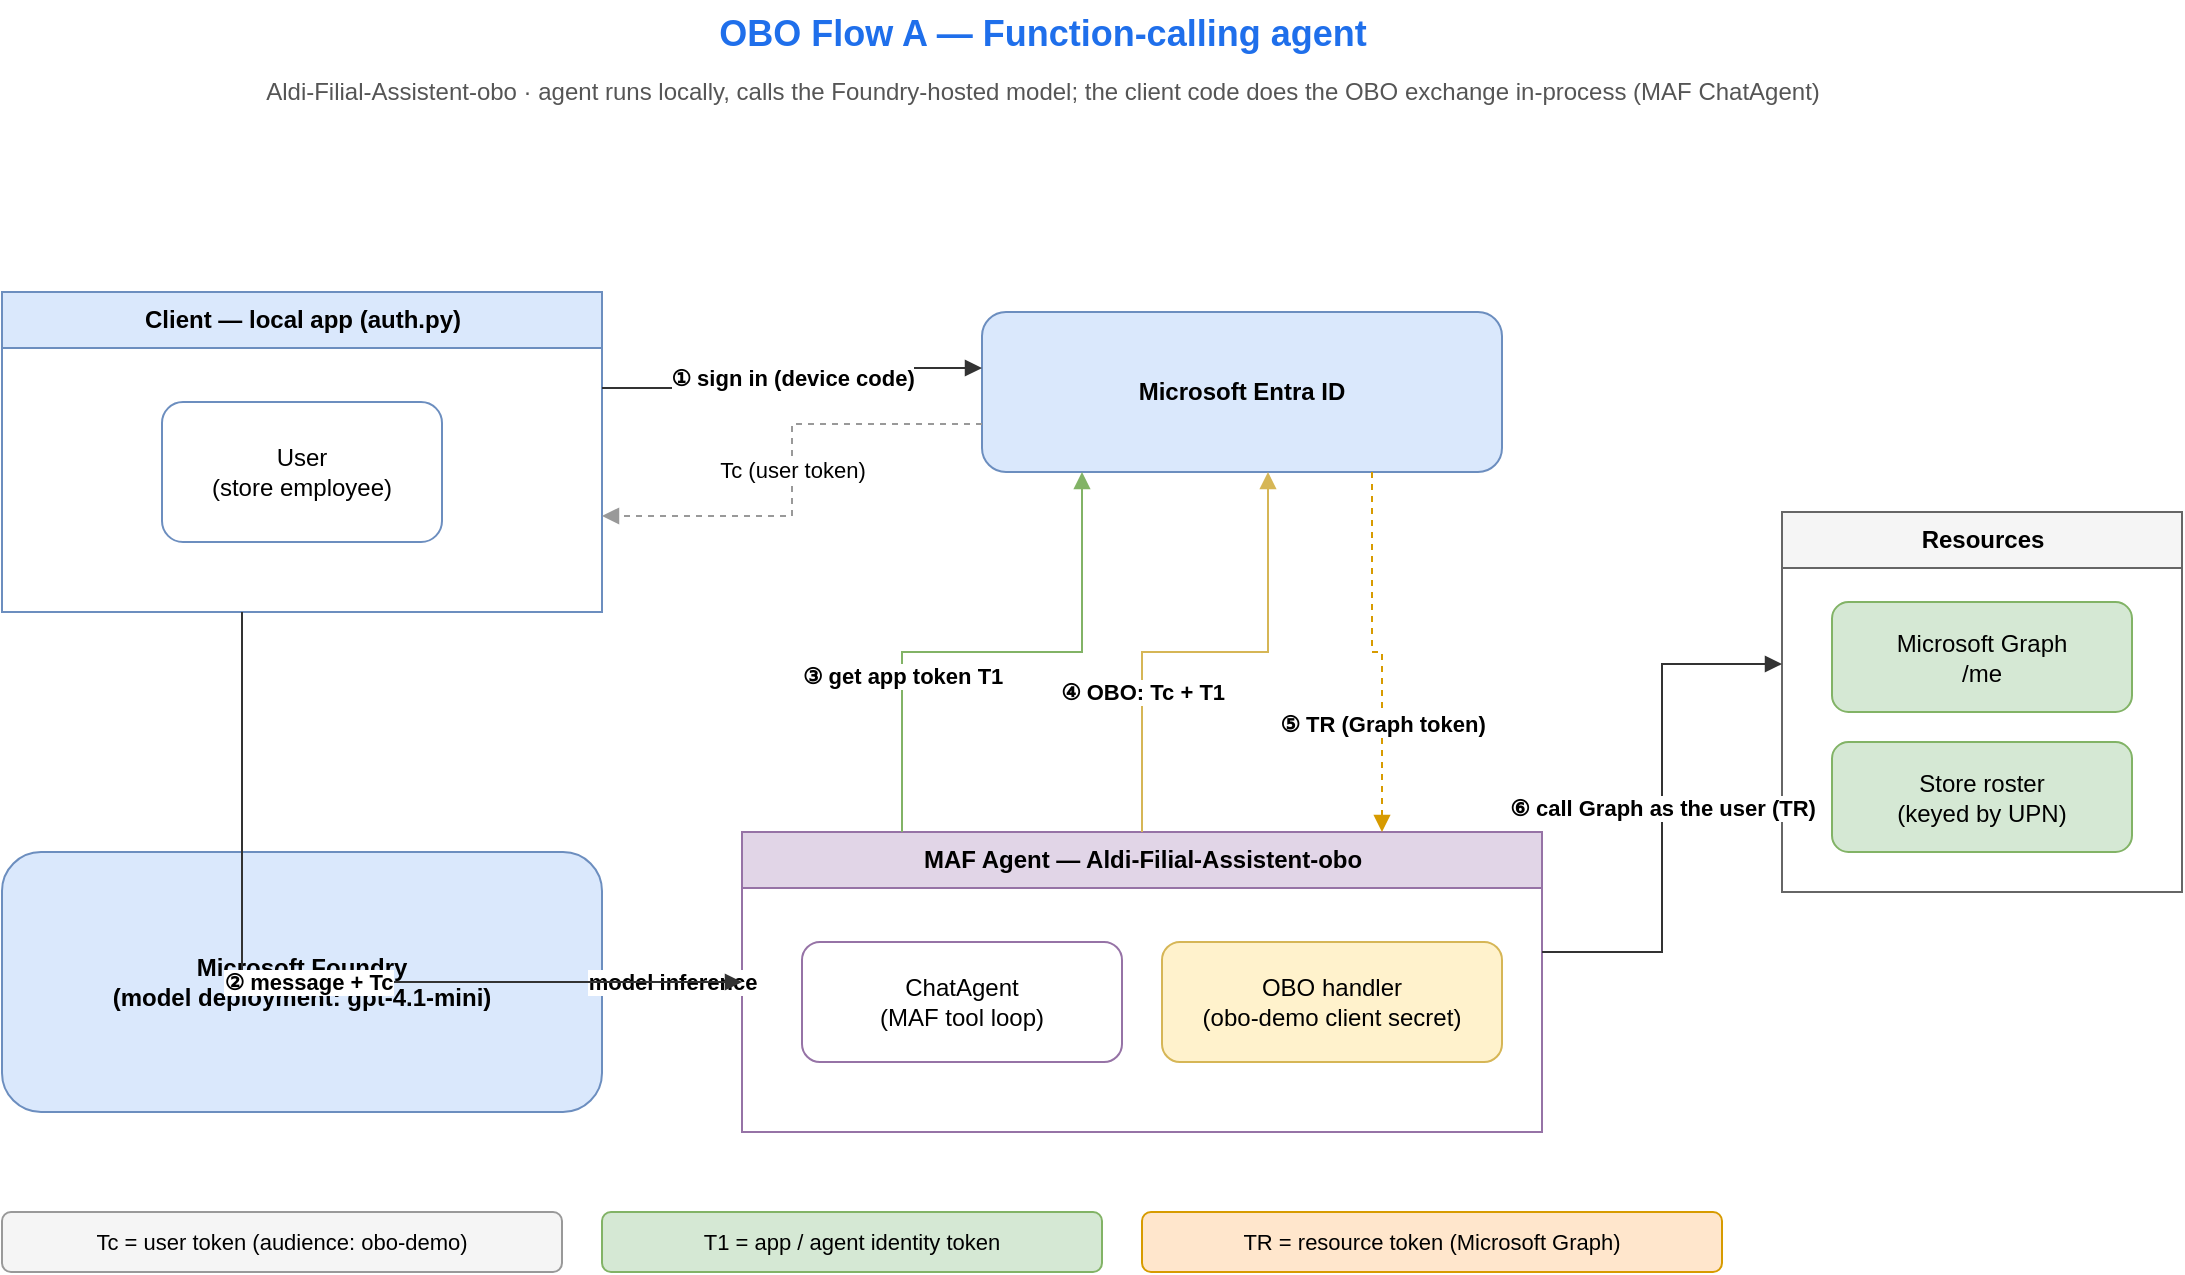
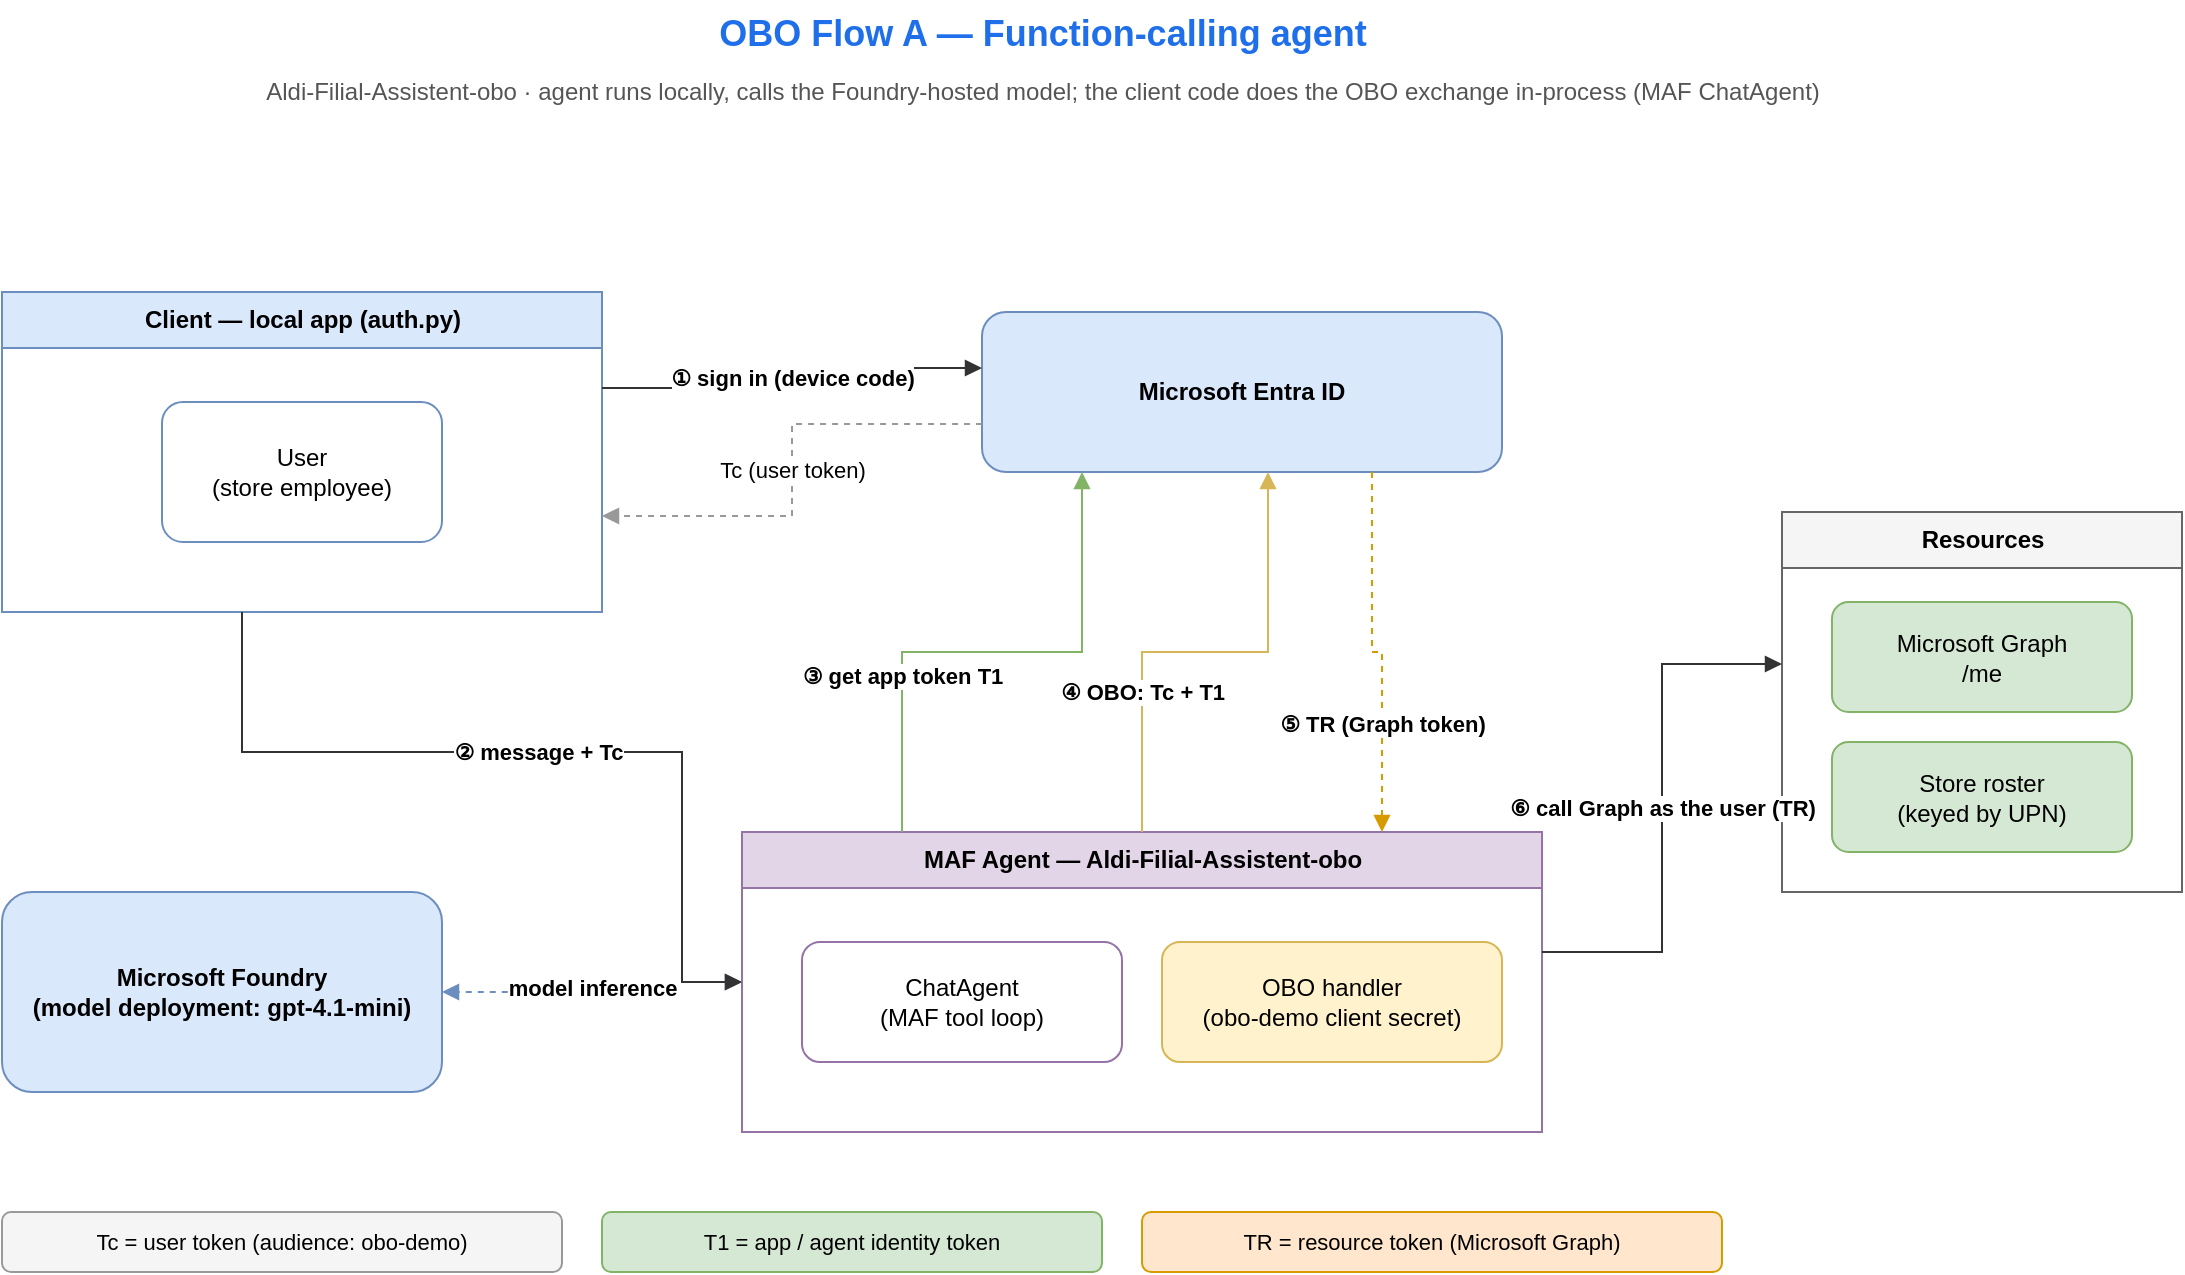
<mxfile host="65bd71144e">
    <diagram id="flow-a" name="A - Function-calling OBO">
-         <mxGraphModel dx="1743" dy="840" grid="1" gridSize="10" guides="1" tooltips="1" connect="1" arrows="1" fold="1" page="1" pageScale="1" pageWidth="1169" pageHeight="800" math="0" shadow="0">
+         <mxGraphModel dx="904" dy="436" grid="1" gridSize="10" guides="1" tooltips="1" connect="1" arrows="1" fold="1" page="1" pageScale="1" pageWidth="1169" pageHeight="800" math="0" shadow="0">
            <root>
                <mxCell id="0"/>
                <mxCell id="1" parent="0"/>
                <mxCell id="a_title" value="OBO Flow A — Function-calling agent" style="text;html=1;strokeColor=none;fillColor=none;align=center;fontSize=18;fontStyle=1;fontColor=#1f6feb;" parent="1" vertex="1">
                    <mxGeometry x="300" y="24" width="560" height="30" as="geometry"/>
                </mxCell>
                <mxCell id="a_sub" value="Aldi-Filial-Assistent-obo · agent runs locally, calls the Foundry-hosted model; the client code does the OBO exchange in-process (MAF ChatAgent)" style="text;html=1;strokeColor=none;fillColor=none;align=center;fontSize=12;fontColor=#555555;" parent="1" vertex="1">
                    <mxGeometry x="150" y="56" width="860" height="24" as="geometry"/>
                </mxCell>
                <mxCell id="a_client" value="Client — local app (auth.py)" style="swimlane;startSize=28;html=1;fillColor=#dae8fc;strokeColor=#6c8ebf;fontStyle=1;" parent="1" vertex="1">
                    <mxGeometry x="60" y="170" width="300" height="160" as="geometry"/>
                </mxCell>
                <mxCell id="a_user" value="User&#xa;(store employee)" style="rounded=1;whiteSpace=wrap;html=1;fillColor=#ffffff;strokeColor=#6c8ebf;" parent="a_client" vertex="1">
                    <mxGeometry x="80" y="55" width="140" height="70" as="geometry"/>
                </mxCell>
                <mxCell id="a_entra" value="Microsoft Entra ID" style="rounded=1;whiteSpace=wrap;html=1;fillColor=#dae8fc;strokeColor=#6c8ebf;fontStyle=1;" parent="1" vertex="1">
                    <mxGeometry x="550" y="180" width="260" height="80" as="geometry"/>
                </mxCell>
                <mxCell id="a_agent" value="MAF Agent — Aldi-Filial-Assistent-obo" style="swimlane;startSize=28;html=1;fillColor=#e1d5e7;strokeColor=#9673a6;fontStyle=1;" parent="1" vertex="1">
                    <mxGeometry x="430" y="440" width="400" height="150" as="geometry"/>
                </mxCell>
                <mxCell id="a_model" value="ChatAgent&#xa;(MAF tool loop)" style="rounded=1;whiteSpace=wrap;html=1;fillColor=#ffffff;strokeColor=#9673a6;" parent="a_agent" vertex="1">
                    <mxGeometry x="30" y="55" width="160" height="60" as="geometry"/>
                </mxCell>
                <mxCell id="a_obo" value="OBO handler&#xa;(obo-demo client secret)" style="rounded=1;whiteSpace=wrap;html=1;fillColor=#fff2cc;strokeColor=#d6b656;" parent="a_agent" vertex="1">
                    <mxGeometry x="210" y="55" width="170" height="60" as="geometry"/>
                </mxCell>
                <mxCell id="a_res" value="Resources" style="swimlane;startSize=28;html=1;fillColor=#f5f5f5;strokeColor=#666666;fontStyle=1;" parent="1" vertex="1">
                    <mxGeometry x="950" y="280" width="200" height="190" as="geometry"/>
                </mxCell>
                <mxCell id="a_graph" value="Microsoft Graph&#xa;/me" style="rounded=1;whiteSpace=wrap;html=1;fillColor=#d5e8d4;strokeColor=#82b366;" parent="a_res" vertex="1">
                    <mxGeometry x="25" y="45" width="150" height="55" as="geometry"/>
                </mxCell>
                <mxCell id="a_roster" value="Store roster&#xa;(keyed by UPN)" style="rounded=1;whiteSpace=wrap;html=1;fillColor=#d5e8d4;strokeColor=#82b366;" parent="a_res" vertex="1">
                    <mxGeometry x="25" y="115" width="150" height="55" as="geometry"/>
                </mxCell>
-                 <mxCell id="a_foundry" value="Microsoft Foundry&#xa;(model deployment: gpt-4.1-mini)" style="rounded=1;whiteSpace=wrap;html=1;fillColor=#dae8fc;strokeColor=#6c8ebf;fontStyle=1;" parent="1" vertex="1">
-                     <mxGeometry x="60" y="450" width="300" height="130" as="geometry"/>
+                 <mxCell id="a_foundry" value="Microsoft Foundry&#xa;(model deployment: gpt-4.1-mini)" style="rounded=1;whiteSpace=wrap;html=1;fillColor=#dae8fc;strokeColor=#6c8ebf;fontStyle=1;" vertex="1" parent="1">
+                     <mxGeometry x="60" y="470" width="220" height="100" as="geometry"/>
                </mxCell>
-                 <mxCell id="a_e_model" value="model inference" style="edgeStyle=orthogonalEdgeStyle;rounded=0;html=1;endArrow=block;startArrow=block;strokeColor=#6c8ebf;fontSize=11;fontStyle=1;dashed=1;exitX=0;exitY=0.5;entryX=1;entryY=0.5;" parent="1" source="a_agent" target="a_foundry" edge="1">
+                 <mxCell id="a_e_model" value="model inference" style="edgeStyle=orthogonalEdgeStyle;rounded=0;html=1;endArrow=block;startArrow=block;strokeColor=#6c8ebf;fontSize=11;fontStyle=1;dashed=1;exitX=0;exitY=0.5;entryX=1;entryY=0.5;" edge="1" parent="1" source="a_agent" target="a_foundry">
                    <mxGeometry relative="1" as="geometry"/>
                </mxCell>
                <mxCell id="a_e1" value="① sign in (device code)" style="edgeStyle=orthogonalEdgeStyle;rounded=0;html=1;endArrow=block;strokeColor=#333333;fontSize=11;fontStyle=1;exitX=1;exitY=0.3;entryX=0;entryY=0.35;" parent="1" source="a_client" target="a_entra" edge="1">
                    <mxGeometry relative="1" as="geometry"/>
                </mxCell>
                <mxCell id="a_eTc" value="Tc (user token)" style="edgeStyle=orthogonalEdgeStyle;rounded=0;html=1;endArrow=block;dashed=1;strokeColor=#999999;fontSize=11;exitX=0;exitY=0.7;entryX=1;entryY=0.7;" parent="1" source="a_entra" target="a_client" edge="1">
                    <mxGeometry relative="1" as="geometry"/>
                </mxCell>
                <mxCell id="a_e2" value="② message + Tc" style="edgeStyle=orthogonalEdgeStyle;rounded=0;html=1;endArrow=block;strokeColor=#333333;fontSize=11;fontStyle=1;exitX=0.4;exitY=1;entryX=0;entryY=0.5;" parent="1" source="a_client" target="a_agent" edge="1">
-                     <mxGeometry relative="1" as="geometry"/>
+                     <mxGeometry relative="1" as="geometry">
+                         <Array as="points">
+                             <mxPoint x="180" y="400"/>
+                             <mxPoint x="400" y="400"/>
+                             <mxPoint x="400" y="515"/>
+                         </Array>
+                     </mxGeometry>
                </mxCell>
                <mxCell id="a_e3" value="③ get app token T1" style="edgeStyle=orthogonalEdgeStyle;rounded=0;html=1;endArrow=block;strokeColor=#82b366;fontSize=11;fontStyle=1;exitX=0.2;exitY=0;" parent="1" source="a_agent" edge="1">
                    <mxGeometry x="-0.4215" relative="1" as="geometry">
                        <mxPoint x="600" y="260" as="targetPoint"/>
                        <Array as="points">
                            <mxPoint x="510" y="350"/>
                            <mxPoint x="600" y="350"/>
                        </Array>
                        <mxPoint as="offset"/>
                    </mxGeometry>
                </mxCell>
                <mxCell id="a_e4" value="④ OBO: Tc + T1" style="edgeStyle=orthogonalEdgeStyle;rounded=0;html=1;endArrow=block;strokeColor=#d6b656;fontSize=11;fontStyle=1;exitX=0.5;exitY=0;entryX=0.55;entryY=1;" parent="1" source="a_agent" target="a_entra" edge="1">
                    <mxGeometry x="-0.4202" relative="1" as="geometry">
                        <mxPoint as="offset"/>
                    </mxGeometry>
                </mxCell>
                <mxCell id="a_e5" value="⑤ TR (Graph token)" style="edgeStyle=orthogonalEdgeStyle;rounded=0;html=1;endArrow=block;strokeColor=#d79b00;fontSize=11;fontStyle=1;exitX=0.75;exitY=1;entryX=0.8;entryY=0;dashed=1;" parent="1" source="a_entra" target="a_agent" edge="1">
                    <mxGeometry x="0.4148" relative="1" as="geometry">
                        <mxPoint as="offset"/>
                    </mxGeometry>
                </mxCell>
                <mxCell id="a_e6" value="⑥ call Graph as the user (TR)" style="edgeStyle=orthogonalEdgeStyle;rounded=0;html=1;endArrow=block;strokeColor=#333333;fontSize=11;fontStyle=1;exitX=1;exitY=0.4;entryX=0;entryY=0.4;" parent="1" source="a_agent" target="a_res" edge="1">
                    <mxGeometry relative="1" as="geometry"/>
                </mxCell>
                <mxCell id="a_lc" value="Tc = user token (audience: obo-demo)" style="rounded=1;whiteSpace=wrap;html=1;fillColor=#f5f5f5;strokeColor=#999999;fontSize=11;" parent="1" vertex="1">
                    <mxGeometry x="60" y="630" width="280" height="30" as="geometry"/>
                </mxCell>
                <mxCell id="a_lt" value="T1 = app / agent identity token" style="rounded=1;whiteSpace=wrap;html=1;fillColor=#d5e8d4;strokeColor=#82b366;fontSize=11;" parent="1" vertex="1">
                    <mxGeometry x="360" y="630" width="250" height="30" as="geometry"/>
                </mxCell>
                <mxCell id="a_lr" value="TR = resource token (Microsoft Graph)" style="rounded=1;whiteSpace=wrap;html=1;fillColor=#ffe6cc;strokeColor=#d79b00;fontSize=11;" parent="1" vertex="1">
                    <mxGeometry x="630" y="630" width="290" height="30" as="geometry"/>
                </mxCell>
            </root>
        </mxGraphModel>
    </diagram>
    <diagram id="flow-b" name="B - Custom MCP OBO">
        <mxGraphModel dx="1422" dy="762" grid="1" gridSize="10" guides="1" tooltips="1" connect="1" arrows="1" fold="1" page="1" pageScale="1" pageWidth="1169" pageHeight="800" math="0" shadow="0">
            <root>
                <mxCell id="0"/>
                <mxCell id="1" parent="0"/>
                <mxCell id="b_title" value="OBO Flow B — Custom MCP agent (Foundry-managed passthrough)" style="text;html=1;strokeColor=none;fillColor=none;align=center;fontSize=18;fontStyle=1;fontColor=#1f6feb;" vertex="1" parent="1">
                    <mxGeometry x="220" y="24" width="720" height="30" as="geometry"/>
                </mxCell>
                <mxCell id="b_sub" value="Aldi-Filial-Assistent-mcp · Foundry passes the user token; the deployed MCP server does the OBO exchange" style="text;html=1;strokeColor=none;fillColor=none;align=center;fontSize=12;fontColor=#555555;" vertex="1" parent="1">
                    <mxGeometry x="200" y="56" width="760" height="24" as="geometry"/>
                </mxCell>
                <mxCell id="b_client" value="Client (foundry_mcp_client.py)" style="swimlane;startSize=28;html=1;fillColor=#dae8fc;strokeColor=#6c8ebf;fontStyle=1;" vertex="1" parent="1">
                    <mxGeometry x="60" y="170" width="300" height="160" as="geometry"/>
                </mxCell>
                <mxCell id="b_user" value="User&#xa;(store employee)" style="rounded=1;whiteSpace=wrap;html=1;fillColor=#ffffff;strokeColor=#6c8ebf;" vertex="1" parent="b_client">
                    <mxGeometry x="80" y="55" width="140" height="70" as="geometry"/>
                </mxCell>
                <mxCell id="b_entra" value="Microsoft Entra ID" style="rounded=1;whiteSpace=wrap;html=1;fillColor=#dae8fc;strokeColor=#6c8ebf;fontStyle=1;" vertex="1" parent="1">
                    <mxGeometry x="450" y="180" width="330" height="80" as="geometry"/>
                </mxCell>
                <mxCell id="b_agent" value="Foundry Agent Service&#xa;Aldi-Filial-Assistent-mcp" style="swimlane;startSize=40;html=1;fillColor=#e1d5e7;strokeColor=#9673a6;fontStyle=1;" vertex="1" parent="1">
                    <mxGeometry x="420" y="430" width="370" height="160" as="geometry"/>
                </mxCell>
                <mxCell id="b_model" value="model&#xa;(gpt-4.1-mini)" style="rounded=1;whiteSpace=wrap;html=1;fillColor=#ffffff;strokeColor=#9673a6;" vertex="1" parent="b_agent">
                    <mxGeometry x="25" y="60" width="150" height="60" as="geometry"/>
                </mxCell>
                <mxCell id="b_pass" value="OAuth passthrough&#xa;(obo-demo Custom OAuth)" style="rounded=1;whiteSpace=wrap;html=1;fillColor=#fff2cc;strokeColor=#d6b656;" vertex="1" parent="b_agent">
                    <mxGeometry x="195" y="60" width="150" height="60" as="geometry"/>
                </mxCell>
                <mxCell id="b_mcp" value="Aldi Store Ops MCP&#xa;Azure Container Apps&#xa;(holds obo-demo secret)" style="rounded=1;whiteSpace=wrap;html=1;fillColor=#ffe6cc;strokeColor=#d79b00;fontStyle=1;" vertex="1" parent="1">
                    <mxGeometry x="880" y="290" width="230" height="120" as="geometry"/>
                </mxCell>
                <mxCell id="b_res" value="Resources" style="swimlane;startSize=28;html=1;fillColor=#f5f5f5;strokeColor=#666666;fontStyle=1;" vertex="1" parent="1">
                    <mxGeometry x="880" y="460" width="230" height="180" as="geometry"/>
                </mxCell>
                <mxCell id="b_graph" value="Microsoft Graph /me" style="rounded=1;whiteSpace=wrap;html=1;fillColor=#d5e8d4;strokeColor=#82b366;" vertex="1" parent="b_res">
                    <mxGeometry x="30" y="45" width="170" height="55" as="geometry"/>
                </mxCell>
                <mxCell id="b_roster" value="Store roster (per UPN)" style="rounded=1;whiteSpace=wrap;html=1;fillColor=#d5e8d4;strokeColor=#82b366;" vertex="1" parent="b_res">
                    <mxGeometry x="30" y="115" width="170" height="45" as="geometry"/>
                </mxCell>
                <mxCell id="b_e1" value="① sign in / consent" style="edgeStyle=orthogonalEdgeStyle;rounded=0;html=1;endArrow=block;strokeColor=#333333;fontSize=11;fontStyle=1;exitX=1;exitY=0.3;entryX=0;entryY=0.35;" edge="1" parent="1" source="b_client" target="b_entra">
                    <mxGeometry relative="1" as="geometry"/>
                </mxCell>
                <mxCell id="b_eTc" value="Tc (user token)" style="edgeStyle=orthogonalEdgeStyle;rounded=0;html=1;endArrow=block;dashed=1;strokeColor=#999999;fontSize=11;exitX=0;exitY=0.7;entryX=1;entryY=0.7;" edge="1" parent="1" source="b_entra" target="b_client">
                    <mxGeometry relative="1" as="geometry"/>
                </mxCell>
                <mxCell id="b_e2" value="② message" style="edgeStyle=orthogonalEdgeStyle;rounded=0;html=1;endArrow=block;strokeColor=#333333;fontSize=11;fontStyle=1;exitX=0.4;exitY=1;entryX=0;entryY=0.5;" edge="1" parent="1" source="b_client" target="b_agent">
                    <mxGeometry relative="1" as="geometry"/>
                </mxCell>
                <mxCell id="b_e3" value="③ passthrough obtains Tc" style="edgeStyle=orthogonalEdgeStyle;rounded=0;html=1;endArrow=block;strokeColor=#82b366;fontSize=11;fontStyle=1;exitX=0.5;exitY=0;entryX=0.5;entryY=1;" edge="1" parent="1" source="b_agent" target="b_entra">
                    <mxGeometry relative="1" as="geometry"/>
                </mxCell>
                <mxCell id="b_e4" value="④ MCP call + Tc" style="edgeStyle=orthogonalEdgeStyle;rounded=0;html=1;endArrow=block;strokeColor=#333333;fontSize=11;fontStyle=1;exitX=1;exitY=0.3;entryX=0;entryY=1;" edge="1" parent="1" source="b_agent" target="b_mcp">
                    <mxGeometry relative="1" as="geometry"/>
                </mxCell>
                <mxCell id="b_e5" value="⑤ OBO: Tc + secret → TR" style="edgeStyle=orthogonalEdgeStyle;rounded=0;html=1;endArrow=block;strokeColor=#d79b00;fontSize=11;fontStyle=1;exitX=0.4;exitY=0;entryX=0.85;entryY=1;" edge="1" parent="1" source="b_mcp" target="b_entra">
                    <mxGeometry relative="1" as="geometry"/>
                </mxCell>
                <mxCell id="b_e6" value="⑥ call Graph as the user (TR)" style="edgeStyle=orthogonalEdgeStyle;rounded=0;html=1;endArrow=block;strokeColor=#333333;fontSize=11;fontStyle=1;exitX=0.5;exitY=1;entryX=0.5;entryY=0;" edge="1" parent="1" source="b_mcp" target="b_res">
                    <mxGeometry relative="1" as="geometry"/>
                </mxCell>
                <mxCell id="b_lc" value="Tc = user token (audience: obo-demo)" style="rounded=1;whiteSpace=wrap;html=1;fillColor=#f5f5f5;strokeColor=#999999;fontSize=11;" vertex="1" parent="1">
                    <mxGeometry x="60" y="690" width="280" height="30" as="geometry"/>
                </mxCell>
                <mxCell id="b_lt" value="Foundry brokers sign-in / consent" style="rounded=1;whiteSpace=wrap;html=1;fillColor=#d5e8d4;strokeColor=#82b366;fontSize=11;" vertex="1" parent="1">
                    <mxGeometry x="360" y="690" width="250" height="30" as="geometry"/>
                </mxCell>
                <mxCell id="b_lr" value="TR = resource token (Microsoft Graph)" style="rounded=1;whiteSpace=wrap;html=1;fillColor=#ffe6cc;strokeColor=#d79b00;fontSize=11;" vertex="1" parent="1">
                    <mxGeometry x="630" y="690" width="290" height="30" as="geometry"/>
                </mxCell>
            </root>
        </mxGraphModel>
    </diagram>
</mxfile>